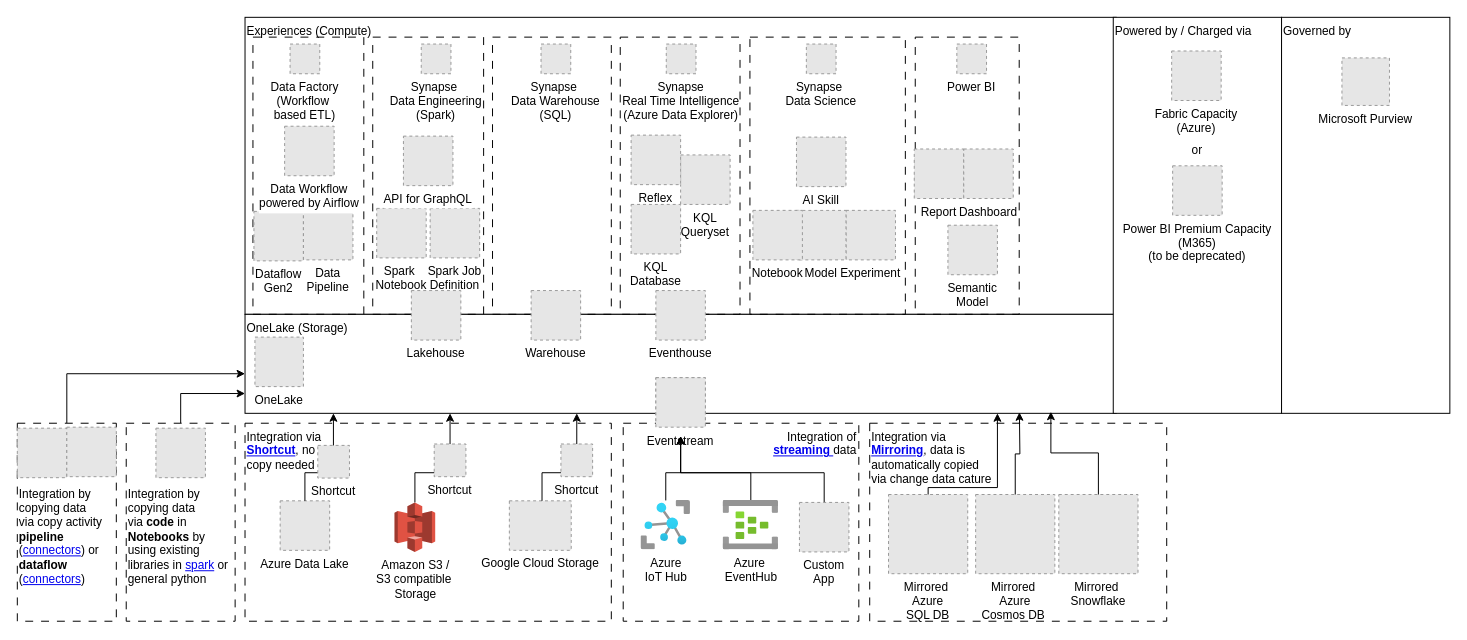
The draw.io diagram page "Overview" (1 of 8) of Fabric.drawio in jugi92/useful_architectures, before the edit. Source tidied: cells renumbered, new cells numbered last; positions are measured from the earlier drawing's top-left corner, leaving out a move shared by most shapes. Both pictures are drawn from the tidied source at 99%, with x=0, y=0 at pixel (17, 17). Pictures stored in the file or linked from it are replaced by grey dashed boxes.
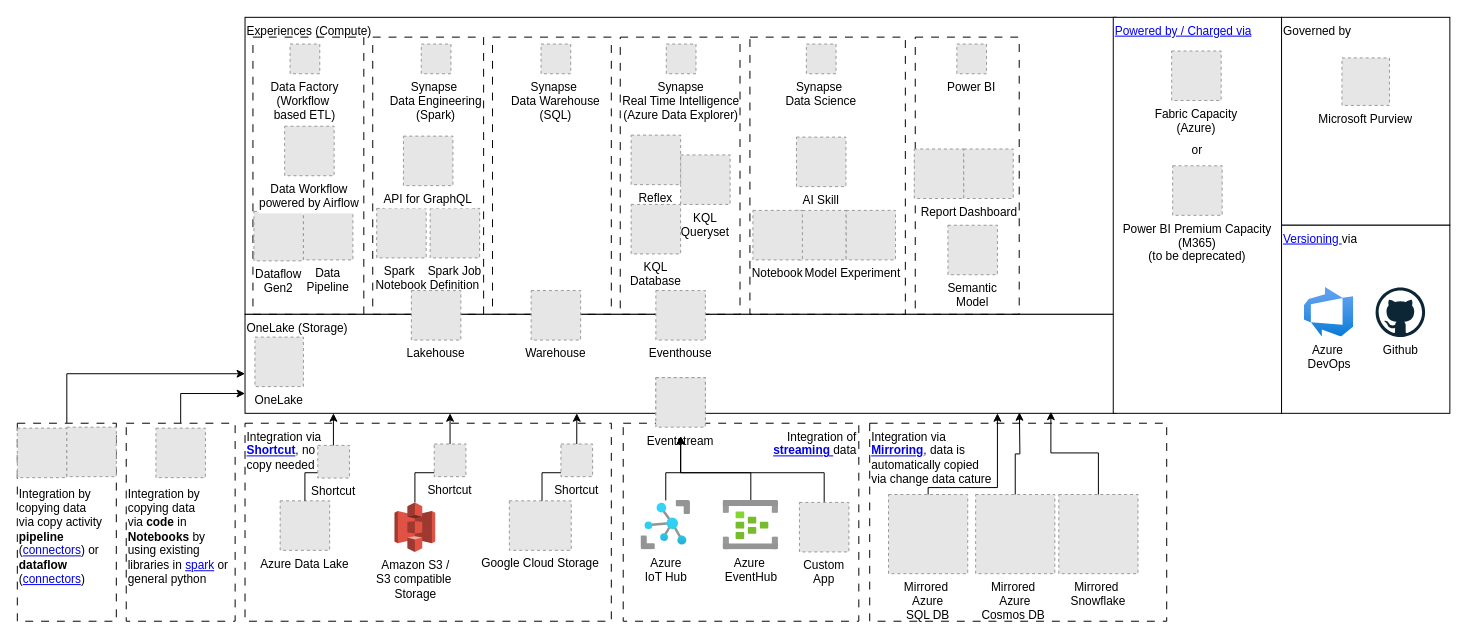
After the change.

Change to the diagram source:
```diff
@@
-    <mxCell id="73" value="Powered by / Charged via" style="rounded=0;whiteSpace=wrap;html=1;align=left;verticalAlign=top;" parent="72" vertex="1">
+    <mxCell id="73" value="&lt;a href=&quot;https://learn.microsoft.com/en-us/fabric/enterprise/licenses&quot;&gt;Powered by / Charged via&lt;/a&gt;" style="rounded=0;whiteSpace=wrap;html=1;align=left;verticalAlign=top;" parent="72" vertex="1">
       <mxGeometry x="1107" width="170" height="400" as="geometry" />
     </mxCell>
@@
     <mxCell id="78" value="Governed by" style="rounded=0;whiteSpace=wrap;html=1;align=left;verticalAlign=top;" parent="77" vertex="1">
-      <mxGeometry x="1277" width="170" height="400" as="geometry" />
+      <mxGeometry x="1277" width="170" height="210" as="geometry" />
     </mxCell>
@@
+    <mxCell id="80" parent="0" />
+    <mxCell id="81" value="&lt;a href=&quot;https://learn.microsoft.com/en-us/fabric/cicd/git-integration/git-get-started&quot;&gt;Versioning &lt;/a&gt;via" style="rounded=0;whiteSpace=wrap;html=1;align=left;verticalAlign=top;" parent="80" vertex="1">
+      <mxGeometry x="1277" y="210" width="170" height="190" as="geometry" />
+    </mxCell>
+    <mxCell id="82" value="Azure&amp;nbsp;&lt;div&gt;DevOps&lt;/div&gt;" style="image;html=1;align=center;fontSize=12;image=img/lib/azure2/devops/Azure_DevOps.svg;" parent="80" vertex="1">
+      <mxGeometry x="1300" y="273" width="50" height="50" as="geometry" />
+    </mxCell>
+    <mxCell id="83" value="Github" style="dashed=0;html=1;align=center;labelPosition=center;verticalLabelPosition=bottom;verticalAlign=top;shape=mxgraph.weblogos.github;" parent="80" vertex="1">
+      <mxGeometry x="1372" y="273" width="50" height="50" as="geometry" />
+    </mxCell>
```
